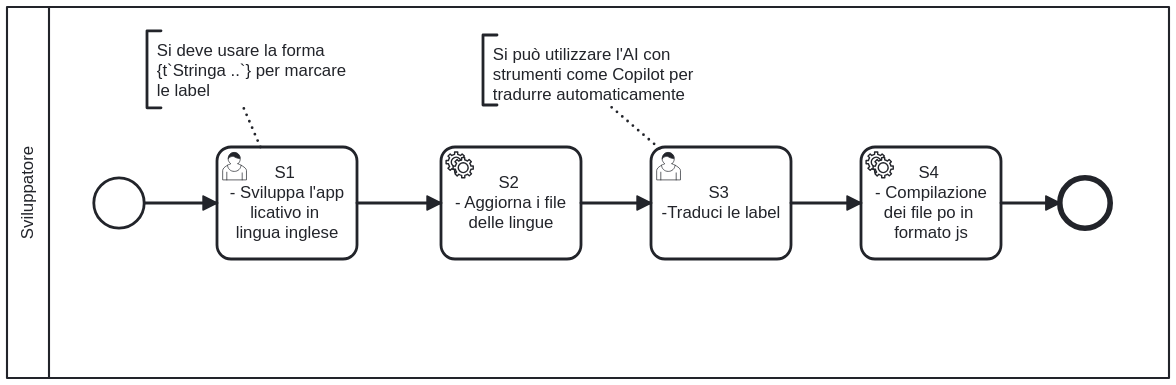
Piattaforme-Applicativi/soul-docs keeps this BPMN diagram as nextjs/diagrammi/i18n.svg. Above is the earlier version. Its source is kept beside it as nextjs/diagrammi/i18n.bpmn. Ids are renumbered.
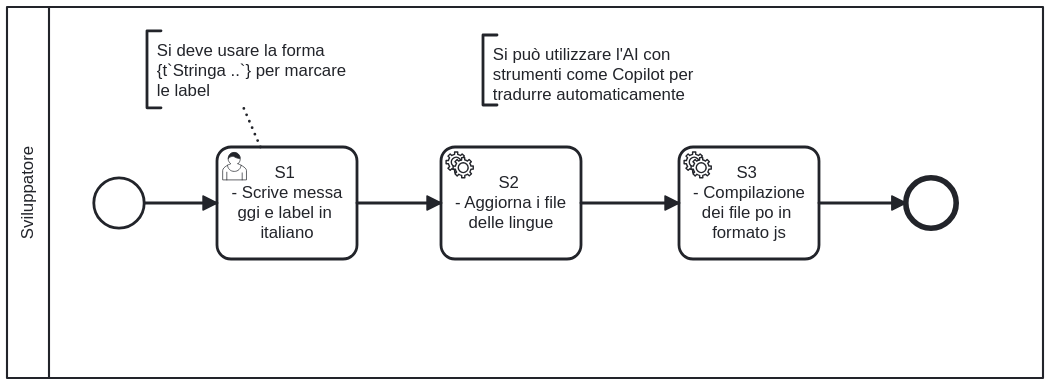
After the change.

Change to the diagram source:
```diff
@@ -1,4 +1,4 @@
-<bpmn:definitions xmlns:xsi="http://www.w3.org/2001/XMLSchema-instance" xmlns:bpmn="http://www.omg.org/spec/BPMN/20100524/MODEL" xmlns:bpmndi="http://www.omg.org/spec/BPMN/20100524/DI" xmlns:dc="http://www.omg.org/spec/DD/20100524/DC" xmlns:di="http://www.omg.org/spec/DD/20100524/DI" id="Definitions_n1" targetNamespace="http://bpmn.io/schema/bpmn" exporter="bpmn-js (https://demo.bpmn.io)" exporterVersion="18.6.1">
+<bpmn:definitions xmlns:xsi="http://www.w3.org/2001/XMLSchema-instance" xmlns:bpmn="http://www.omg.org/spec/BPMN/20100524/MODEL" xmlns:bpmndi="http://www.omg.org/spec/BPMN/20100524/DI" xmlns:dc="http://www.omg.org/spec/DD/20100524/DC" xmlns:di="http://www.omg.org/spec/DD/20100524/DI" id="Definitions_n1" targetNamespace="http://bpmn.io/schema/bpmn" exporter="bpmn-js (https://demo.bpmn.io)" exporterVersion="18.9.0">
   <bpmn:collaboration id="Collaboration_n2">
     <bpmn:participant id="Participant_n3" name="Sviluppatore" processRef="Process_n4" />
     <bpmn:textAnnotation id="TextAnnotation_n5">
@@ -7,57 +7,40 @@
     <bpmn:textAnnotation id="TextAnnotation_n6">
       <bpmn:text>Si deve usare la forma {t`Stringa ..`} per marcare le label</bpmn:text>
     </bpmn:textAnnotation>
-    <bpmn:association id="Association_n7" associationDirection="None" sourceRef="Activity_n8" targetRef="TextAnnotation_n5" />
     <bpmn:association id="Association_n9" associationDirection="None" sourceRef="Activity_n10" targetRef="TextAnnotation_n6" />
   </bpmn:collaboration>
   <bpmn:process id="Process_n4" isExecutable="false">
     <bpmn:startEvent id="StartEvent_n11">
       <bpmn:outgoing>Flow_n12</bpmn:outgoing>
     </bpmn:startEvent>
-    <bpmn:endEvent id="Event_n13">
-      <bpmn:incoming>Flow_n14</bpmn:incoming>
-    </bpmn:endEvent>
-    <bpmn:serviceTask id="Activity_n15" name="S4 - Compilazione dei file po in formato js">
-      <bpmn:incoming>Flow_n16</bpmn:incoming>
-      <bpmn:outgoing>Flow_n14</bpmn:outgoing>
-    </bpmn:serviceTask>
-    <bpmn:userTask id="Activity_n8" name="S3 -Traduci le label">
-      <bpmn:incoming>Flow_n17</bpmn:incoming>
-      <bpmn:outgoing>Flow_n16</bpmn:outgoing>
-    </bpmn:userTask>
     <bpmn:serviceTask id="Activity_n18" name="S2 - Aggiorna i file delle lingue">
       <bpmn:incoming>Flow_n19</bpmn:incoming>
-      <bpmn:outgoing>Flow_n17</bpmn:outgoing>
+      <bpmn:outgoing>Flow_n20</bpmn:outgoing>
     </bpmn:serviceTask>
-    <bpmn:userTask id="Activity_n10" name="S1 - Sviluppa l&#39;applicativo in lingua inglese">
+    <bpmn:userTask id="Activity_n10" name="S1 - Scrive messaggi e label in italiano">
       <bpmn:incoming>Flow_n12</bpmn:incoming>
       <bpmn:outgoing>Flow_n19</bpmn:outgoing>
     </bpmn:userTask>
     <bpmn:sequenceFlow id="Flow_n12" sourceRef="StartEvent_n11" targetRef="Activity_n10" />
     <bpmn:sequenceFlow id="Flow_n14" sourceRef="Activity_n15" targetRef="Event_n13" />
-    <bpmn:sequenceFlow id="Flow_n16" sourceRef="Activity_n8" targetRef="Activity_n15" />
-    <bpmn:sequenceFlow id="Flow_n17" sourceRef="Activity_n18" targetRef="Activity_n8" />
     <bpmn:sequenceFlow id="Flow_n19" sourceRef="Activity_n10" targetRef="Activity_n18" />
+    <bpmn:sequenceFlow id="Flow_n20" sourceRef="Activity_n18" targetRef="Activity_n15" />
+    <bpmn:serviceTask id="Activity_n15" name="S3 - Compilazione dei file po in formato js">
+      <bpmn:incoming>Flow_n20</bpmn:incoming>
+      <bpmn:outgoing>Flow_n14</bpmn:outgoing>
+    </bpmn:serviceTask>
+    <bpmn:endEvent id="Event_n13">
+      <bpmn:incoming>Flow_n14</bpmn:incoming>
+    </bpmn:endEvent>
   </bpmn:process>
   <bpmndi:BPMNDiagram id="BPMNDiagram_1">
     <bpmndi:BPMNPlane id="BPMNPlane_1" bpmnElement="Collaboration_n2">
       <bpmndi:BPMNShape id="Participant_n3_di" bpmnElement="Participant_n3" isHorizontal="true">
-        <dc:Bounds x="160" y="80" width="830" height="265" />
+        <dc:Bounds x="160" y="80" width="740" height="265" />
         <bpmndi:BPMNLabel />
       </bpmndi:BPMNShape>
       <bpmndi:BPMNShape id="_BPMNShape_StartEvent_2" bpmnElement="StartEvent_n11">
         <dc:Bounds x="222" y="202" width="36" height="36" />
-      </bpmndi:BPMNShape>
-      <bpmndi:BPMNShape id="Event_n13_di" bpmnElement="Event_n13">
-        <dc:Bounds x="912" y="202" width="36" height="36" />
-      </bpmndi:BPMNShape>
-      <bpmndi:BPMNShape id="Activity_1f3tomd_di" bpmnElement="Activity_n15">
-        <dc:Bounds x="770" y="180" width="100" height="80" />
-        <bpmndi:BPMNLabel />
-      </bpmndi:BPMNShape>
-      <bpmndi:BPMNShape id="Activity_0pwl32m_di" bpmnElement="Activity_n8">
-        <dc:Bounds x="620" y="180" width="100" height="80" />
-        <bpmndi:BPMNLabel />
       </bpmndi:BPMNShape>
       <bpmndi:BPMNShape id="Activity_0sbn1w9_di" bpmnElement="Activity_n18">
         <dc:Bounds x="470" y="180" width="100" height="80" />
@@ -65,34 +48,30 @@
       </bpmndi:BPMNShape>
       <bpmndi:BPMNShape id="Activity_0k8r9h0_di" bpmnElement="Activity_n10">
         <dc:Bounds x="310" y="180" width="100" height="80" />
+        <bpmndi:BPMNLabel />
       </bpmndi:BPMNShape>
-      <bpmndi:BPMNEdge id="Association_n7_di" bpmnElement="Association_n7">
-        <di:waypoint x="626" y="181" />
-        <di:waypoint x="590" y="150" />
-      </bpmndi:BPMNEdge>
-      <bpmndi:BPMNEdge id="Flow_n17_di" bpmnElement="Flow_n17">
-        <di:waypoint x="570" y="220" />
-        <di:waypoint x="620" y="220" />
-      </bpmndi:BPMNEdge>
-      <bpmndi:BPMNEdge id="Flow_n16_di" bpmnElement="Flow_n16">
-        <di:waypoint x="720" y="220" />
-        <di:waypoint x="770" y="220" />
-      </bpmndi:BPMNEdge>
-      <bpmndi:BPMNEdge id="Flow_n14_di" bpmnElement="Flow_n14">
-        <di:waypoint x="870" y="220" />
-        <di:waypoint x="912" y="220" />
-      </bpmndi:BPMNEdge>
+      <bpmndi:BPMNShape id="Activity_1f3tomd_di" bpmnElement="Activity_n15">
+        <dc:Bounds x="640" y="180" width="100" height="80" />
+        <bpmndi:BPMNLabel />
+      </bpmndi:BPMNShape>
+      <bpmndi:BPMNShape id="Event_n13_di" bpmnElement="Event_n13">
+        <dc:Bounds x="802" y="202" width="36" height="36" />
+      </bpmndi:BPMNShape>
       <bpmndi:BPMNEdge id="Flow_n12_di" bpmnElement="Flow_n12">
         <di:waypoint x="258" y="220" />
         <di:waypoint x="310" y="220" />
+      </bpmndi:BPMNEdge>
+      <bpmndi:BPMNEdge id="Flow_n14_di" bpmnElement="Flow_n14">
+        <di:waypoint x="740" y="220" />
+        <di:waypoint x="802" y="220" />
       </bpmndi:BPMNEdge>
       <bpmndi:BPMNEdge id="Flow_n19_di" bpmnElement="Flow_n19">
         <di:waypoint x="410" y="220" />
         <di:waypoint x="470" y="220" />
       </bpmndi:BPMNEdge>
-      <bpmndi:BPMNEdge id="Association_n9_di" bpmnElement="Association_n9">
-        <di:waypoint x="341" y="180" />
-        <di:waypoint x="329" y="152" />
+      <bpmndi:BPMNEdge id="Flow_n20_di" bpmnElement="Flow_n20">
+        <di:waypoint x="570" y="220" />
+        <di:waypoint x="640" y="220" />
       </bpmndi:BPMNEdge>
       <bpmndi:BPMNShape id="TextAnnotation_n5_di" bpmnElement="TextAnnotation_n5">
         <dc:Bounds x="500" y="100" width="190" height="50" />
@@ -102,6 +81,10 @@
         <dc:Bounds x="260" y="97" width="150" height="55" />
         <bpmndi:BPMNLabel />
       </bpmndi:BPMNShape>
+      <bpmndi:BPMNEdge id="Association_n9_di" bpmnElement="Association_n9">
+        <di:waypoint x="341" y="180" />
+        <di:waypoint x="329" y="152" />
+      </bpmndi:BPMNEdge>
     </bpmndi:BPMNPlane>
   </bpmndi:BPMNDiagram>
 </bpmn:definitions>
```
